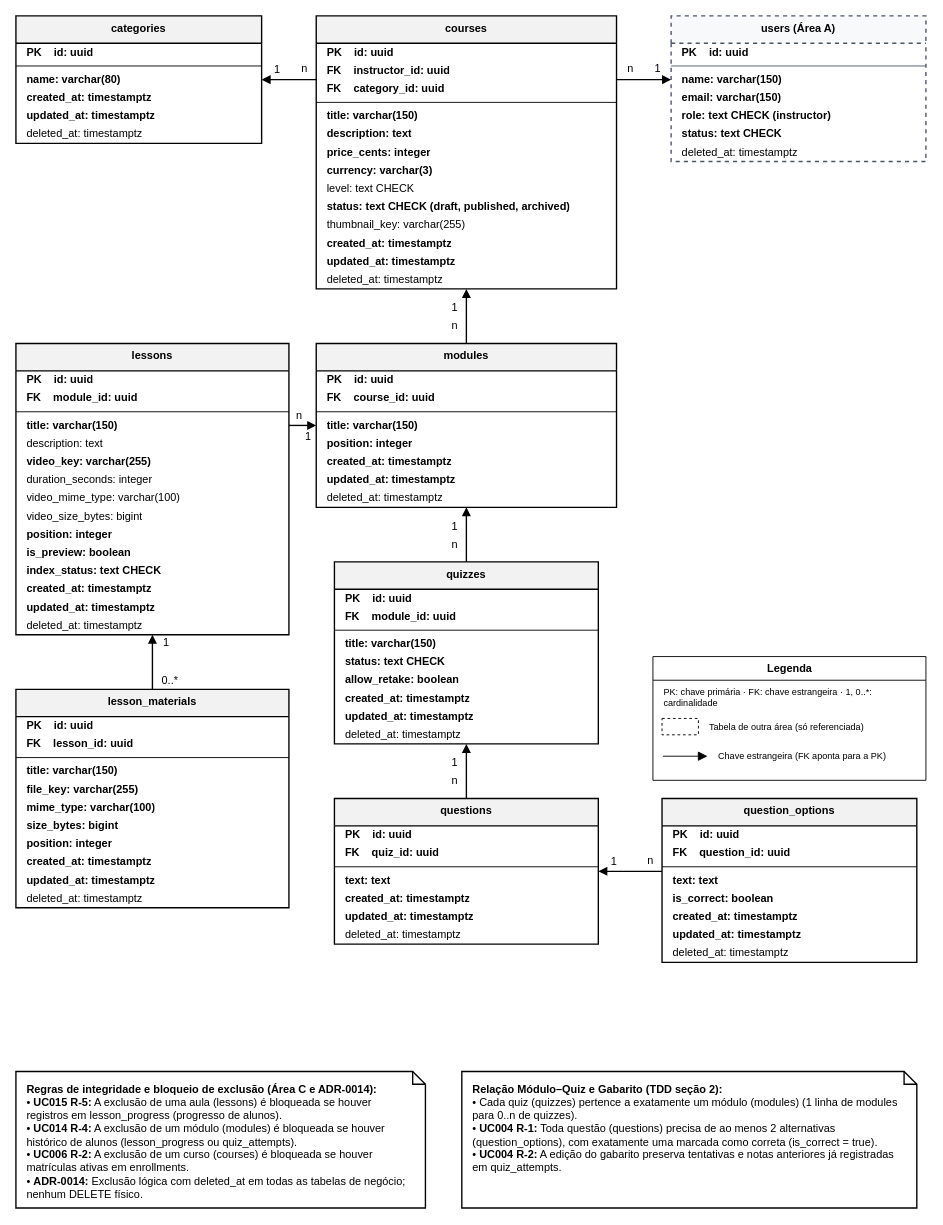
Before: especificacao/diagramas/12-modelo-de-dados-area-b.drawio in Plataforma-de-Cursos-TCC/plataforma-cursos-docs, a draw.io diagram. Source tidied: cells renumbered, new cells numbered last; positions are measured from the earlier drawing's top-left corner, leaving out a move shared by most shapes. Both pictures are drawn from the tidied source at 91%, with x=0, y=0 at pixel (15, 15).
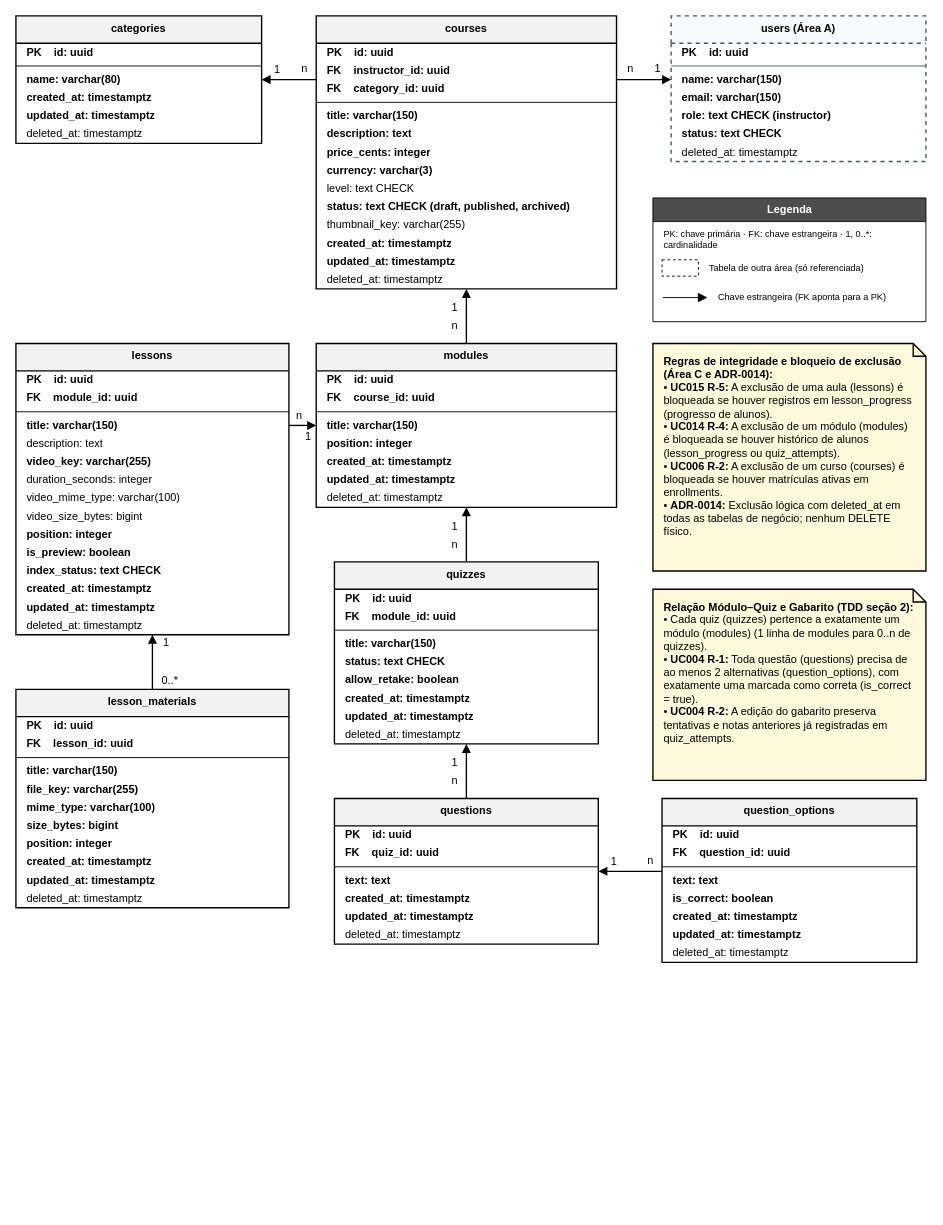
The same diagram, later.

Change to the diagram source:
```diff
@@
-    <mxCell id="80" value="&lt;b&gt;Regras de integridade e bloqueio de exclusão (Área C e ADR-0014):&lt;/b&gt;&lt;br&gt;• &lt;b&gt;UC015 R-5:&lt;/b&gt; A exclusão de uma aula (lessons) é bloqueada se houver registros em lesson_progress (progresso de alunos).&lt;br&gt;• &lt;b&gt;UC014 R-4:&lt;/b&gt; A exclusão de um módulo (modules) é bloqueada se houver histórico de alunos (lesson_progress ou quiz_attempts).&lt;br&gt;• &lt;b&gt;UC006 R-2:&lt;/b&gt; A exclusão de um curso (courses) é bloqueada se houver matrículas ativas em enrollments.&lt;br&gt;• &lt;b&gt;ADR-0014:&lt;/b&gt; Exclusão lógica com deleted_at em todas as tabelas de negócio; nenhum DELETE físico." style="shape=note;whiteSpace=wrap;html=1;size=14;verticalAlign=top;align=left;spacingTop=6;spacingLeft=10;spacingRight=10;spacingBottom=6;fillColor=#FFFFFF;strokeColor=#000000;strokeWidth=1.5;fontFamily=Helvetica;fontSize=12;" parent="1" vertex="1">
-      <mxGeometry y="1160" width="450" height="150" as="geometry" />
+    <mxCell id="80" value="&lt;b&gt;Regras de integridade e bloqueio de exclusão (Área C e ADR-0014):&lt;/b&gt;&lt;br&gt;• &lt;b&gt;UC015 R-5:&lt;/b&gt; A exclusão de uma aula (lessons) é bloqueada se houver registros em lesson_progress (progresso de alunos).&lt;br&gt;• &lt;b&gt;UC014 R-4:&lt;/b&gt; A exclusão de um módulo (modules) é bloqueada se houver histórico de alunos (lesson_progress ou quiz_attempts).&lt;br&gt;• &lt;b&gt;UC006 R-2:&lt;/b&gt; A exclusão de um curso (courses) é bloqueada se houver matrículas ativas em enrollments.&lt;br&gt;• &lt;b&gt;ADR-0014:&lt;/b&gt; Exclusão lógica com deleted_at em todas as tabelas de negócio; nenhum DELETE físico." style="shape=note;whiteSpace=wrap;html=1;size=14;verticalAlign=top;align=left;spacingTop=6;spacingLeft=10;spacingRight=10;spacingBottom=6;fillColor=#FFF9DB;strokeColor=#000000;strokeWidth=1.5;fontFamily=Helvetica;fontSize=12;" parent="1" vertex="1">
+      <mxGeometry x="700" y="360" width="300" height="250" as="geometry" />
     </mxCell>
-    <mxCell id="81" value="&lt;b&gt;Relação Módulo–Quiz e Gabarito (TDD seção 2):&lt;/b&gt;&lt;br&gt;• Cada quiz (quizzes) pertence a exatamente um módulo (modules) (1 linha de modules para 0..n de quizzes).&lt;br&gt;• &lt;b&gt;UC004 R-1:&lt;/b&gt; Toda questão (questions) precisa de ao menos 2 alternativas (question_options), com exatamente uma marcada como correta (is_correct = true).&lt;br&gt;• &lt;b&gt;UC004 R-2:&lt;/b&gt; A edição do gabarito preserva tentativas e notas anteriores já registradas em quiz_attempts." style="shape=note;whiteSpace=wrap;html=1;size=14;verticalAlign=top;align=left;spacingTop=6;spacingLeft=10;spacingRight=10;spacingBottom=6;fillColor=#FFFFFF;strokeColor=#000000;strokeWidth=1.5;fontFamily=Helvetica;fontSize=12;" parent="1" vertex="1">
-      <mxGeometry x="490" y="1160" width="500" height="150" as="geometry" />
+    <mxCell id="81" value="&lt;b&gt;Relação Módulo–Quiz e Gabarito (TDD seção 2):&lt;/b&gt;&lt;br&gt;• Cada quiz (quizzes) pertence a exatamente um módulo (modules) (1 linha de modules para 0..n de quizzes).&lt;br&gt;• &lt;b&gt;UC004 R-1:&lt;/b&gt; Toda questão (questions) precisa de ao menos 2 alternativas (question_options), com exatamente uma marcada como correta (is_correct = true).&lt;br&gt;• &lt;b&gt;UC004 R-2:&lt;/b&gt; A edição do gabarito preserva tentativas e notas anteriores já registradas em quiz_attempts." style="shape=note;whiteSpace=wrap;html=1;size=14;verticalAlign=top;align=left;spacingTop=6;spacingLeft=10;spacingRight=10;spacingBottom=6;fillColor=#FFF9DB;strokeColor=#000000;strokeWidth=1.5;fontFamily=Helvetica;fontSize=12;" parent="1" vertex="1">
+      <mxGeometry x="700" y="630" width="300" height="210" as="geometry" />
     </mxCell>
@@
-    <mxCell id="122" value="Legenda" style="swimlane;html=1;rounded=0;startSize=26;fontStyle=1;fillColor=#FFFFFF;swimlaneFillColor=#FFFFFF;strokeColor=#000000;" parent="1" vertex="1">
-      <mxGeometry x="700" y="704" width="300" height="136" as="geometry" />
+    <mxCell id="122" value="Legenda" style="swimlane;html=1;rounded=0;startSize=26;fontStyle=1;fillColor=#4D4D4D;fontColor=#FFFFFF;swimlaneFillColor=#FFFFFF;strokeColor=#000000;" parent="1" vertex="1">
+      <mxGeometry x="700" y="200" width="300" height="136" as="geometry" />
     </mxCell>
```
